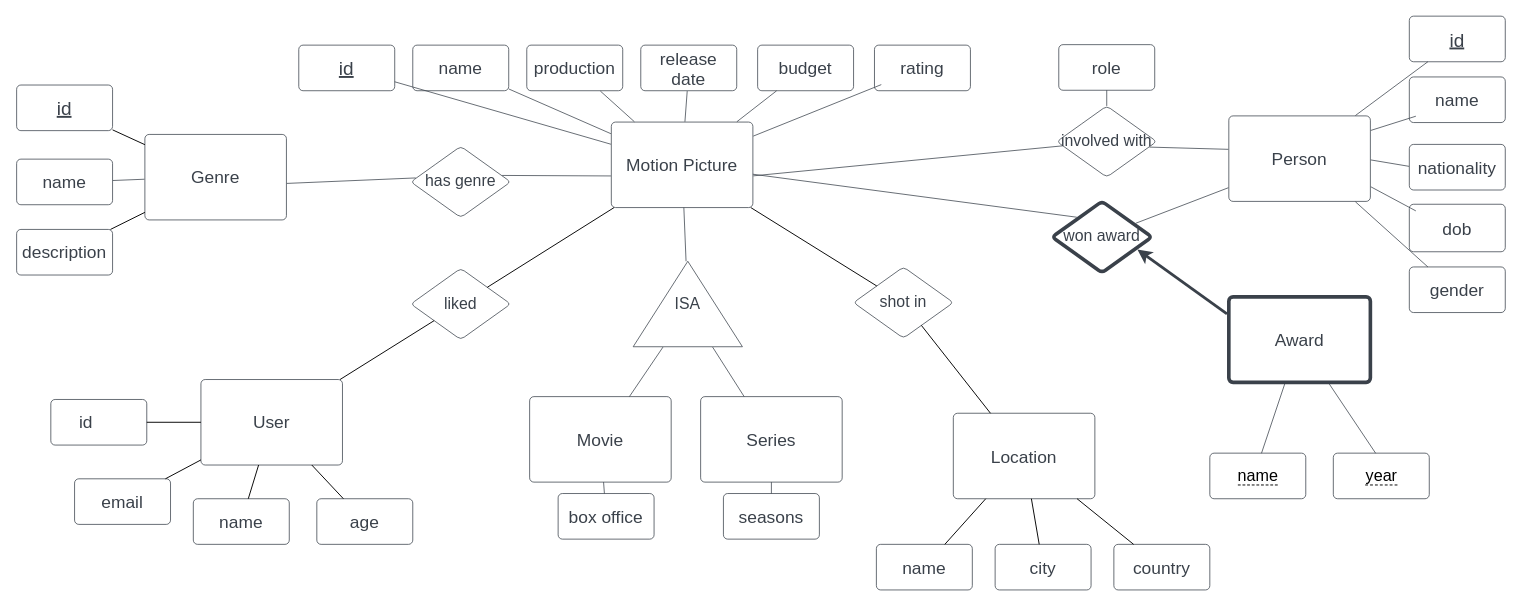
BOBONA/DBMS-COSI127B keeps this draw.io diagram as ER Diagram.drawio. Above is the earlier version. Source tidied: cells renumbered, new cells numbered last; positions are measured from the earlier drawing's top-left corner, leaving out a move shared by most shapes. Both pictures are drawn from the tidied source at 95%, with x=0, y=0 at pixel (16, 16).
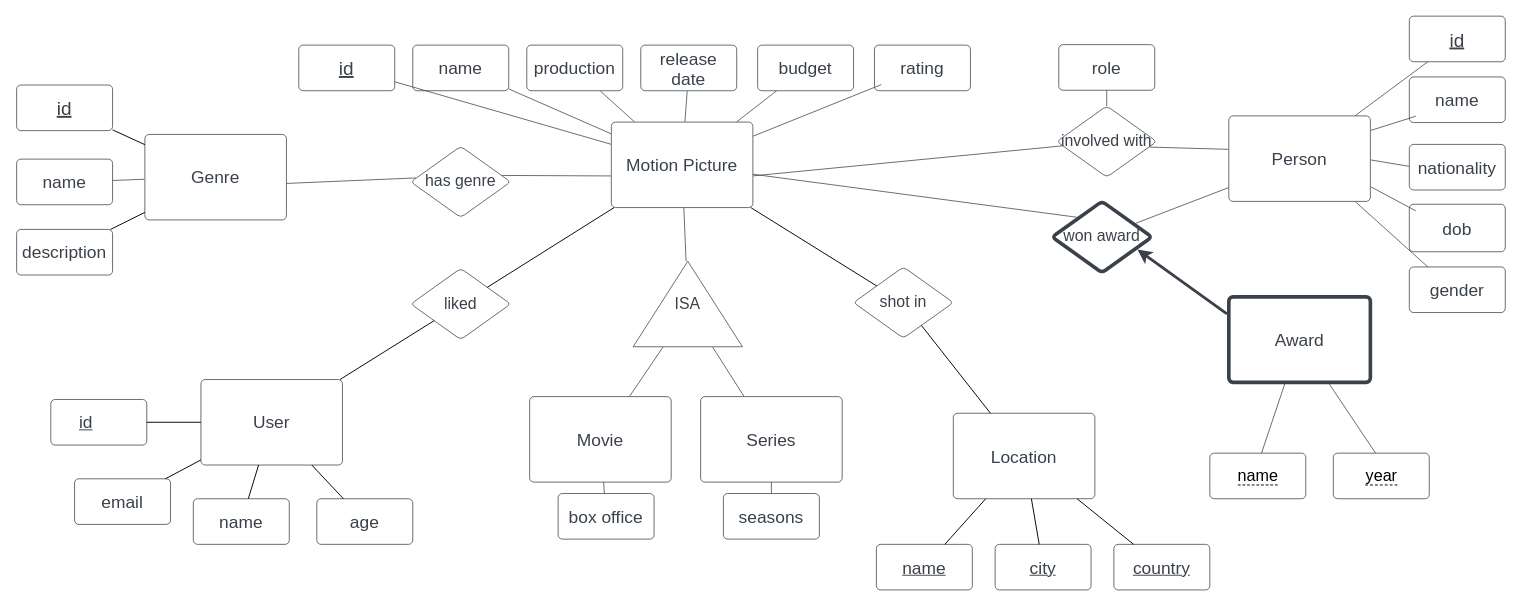
After the change.

Diff of the diagram source:
```diff
@@
-    <mxCell id="67" value="id&lt;span style=&quot;white-space: pre;&quot;&gt;&#9;&lt;/span&gt;" style="html=1;overflow=block;blockSpacing=1;whiteSpace=wrap;fontSize=18.3;fontColor=#3a414a;spacing=3.8;strokeColor=#3a414a;strokeOpacity=100;rounded=1;absoluteArcSize=1;arcSize=9;strokeWidth=0.8;lucidId=EhC.Za-9YmAU;" parent="1" vertex="1">
+    <mxCell id="67" value="id&lt;span style=&quot;white-space: pre;&quot;&gt;&#9;&lt;/span&gt;" style="html=1;overflow=block;blockSpacing=1;whiteSpace=wrap;fontSize=18.3;fontColor=#3a414a;spacing=3.8;strokeColor=#3a414a;strokeOpacity=100;rounded=1;absoluteArcSize=1;arcSize=9;strokeWidth=0.8;lucidId=EhC.Za-9YmAU;fontStyle=4;" parent="1" vertex="1">
       <mxGeometry x="36" y="403" width="101" height="48" as="geometry" />
     </mxCell>
@@
-    <mxCell id="79" value="name" style="html=1;overflow=block;blockSpacing=1;whiteSpace=wrap;fontSize=18.3;fontColor=#3a414a;spacing=3.8;strokeColor=#3a414a;strokeOpacity=100;rounded=1;absoluteArcSize=1;arcSize=9;strokeWidth=0.8;lucidId=EhC.SkmI63rg;" parent="1" vertex="1">
+    <mxCell id="79" value="name" style="html=1;overflow=block;blockSpacing=1;whiteSpace=wrap;fontSize=18.3;fontColor=#3a414a;spacing=3.8;strokeColor=#3a414a;strokeOpacity=100;rounded=1;absoluteArcSize=1;arcSize=9;strokeWidth=0.8;lucidId=EhC.SkmI63rg;fontStyle=4;" parent="1" vertex="1">
       <mxGeometry x="905" y="555.5" width="101" height="48" as="geometry" />
     </mxCell>
-    <mxCell id="80" value="city" style="html=1;overflow=block;blockSpacing=1;whiteSpace=wrap;fontSize=18.3;fontColor=#3a414a;spacing=3.8;strokeColor=#3a414a;strokeOpacity=100;rounded=1;absoluteArcSize=1;arcSize=9;strokeWidth=0.8;lucidId=EhC.e631Bg8s;" parent="1" vertex="1">
+    <mxCell id="80" value="city" style="html=1;overflow=block;blockSpacing=1;whiteSpace=wrap;fontSize=18.3;fontColor=#3a414a;spacing=3.8;strokeColor=#3a414a;strokeOpacity=100;rounded=1;absoluteArcSize=1;arcSize=9;strokeWidth=0.8;lucidId=EhC.e631Bg8s;fontStyle=4;" parent="1" vertex="1">
       <mxGeometry x="1030" y="555.5" width="101" height="48" as="geometry" />
     </mxCell>
-    <mxCell id="81" value="country" style="html=1;overflow=block;blockSpacing=1;whiteSpace=wrap;fontSize=18.3;fontColor=#3a414a;spacing=3.8;strokeColor=#3a414a;strokeOpacity=100;rounded=1;absoluteArcSize=1;arcSize=9;strokeWidth=0.8;lucidId=EhC.gpTw17Wh;" parent="1" vertex="1">
+    <mxCell id="81" value="country" style="html=1;overflow=block;blockSpacing=1;whiteSpace=wrap;fontSize=18.3;fontColor=#3a414a;spacing=3.8;strokeColor=#3a414a;strokeOpacity=100;rounded=1;absoluteArcSize=1;arcSize=9;strokeWidth=0.8;lucidId=EhC.gpTw17Wh;fontStyle=4;" parent="1" vertex="1">
       <mxGeometry x="1155" y="555.5" width="101" height="48" as="geometry" />
     </mxCell>
```
